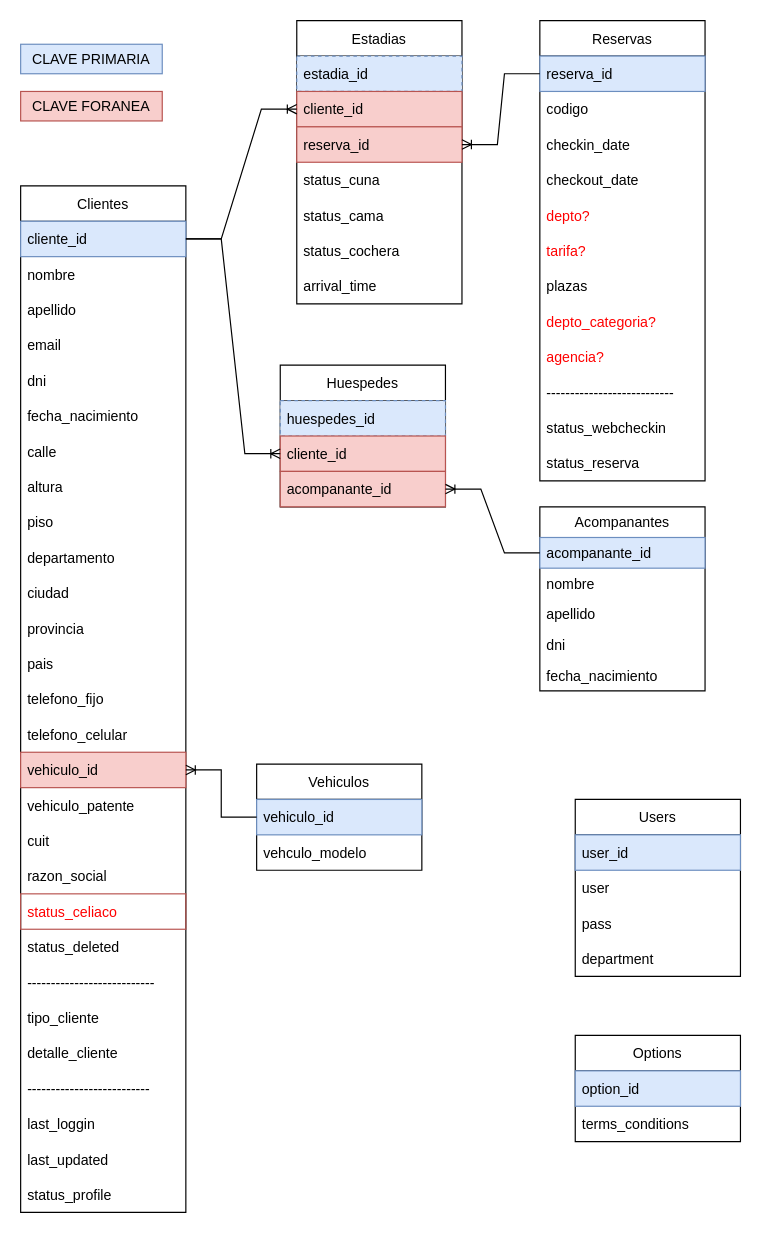
danielo101/db-diagrams keeps this draw.io diagram as page "DB" (1 of 5) of web-checkin/hotel-web-checkin.drawio. Above is the earlier version. Source tidied: cells renumbered, new cells numbered last; positions are measured from the earlier drawing's top-left corner, leaving out a move shared by most shapes. Both pictures are drawn from the tidied source at 118%, with x=0, y=0 at pixel (20, 20).
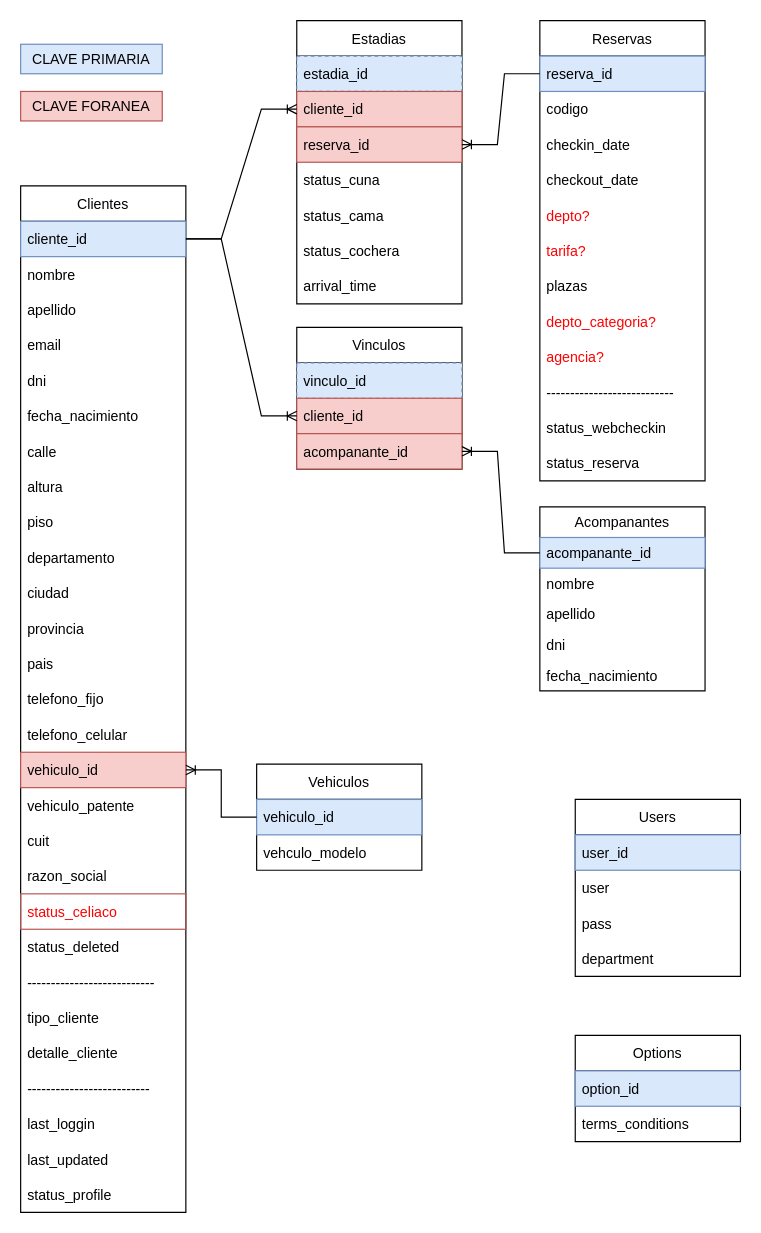
The same diagram, later.

The edit, as a diff of the source:
```diff
@@
-    <mxCell id="74" value="Huespedes" style="swimlane;fontStyle=0;horizontal=1;startSize=30;" parent="1" vertex="1">
-      <mxGeometry x="220" y="292" width="140" height="120" as="geometry" />
+    <mxCell id="74" value="Vinculos" style="swimlane;fontStyle=0;horizontal=1;startSize=30;" parent="1" vertex="1">
+      <mxGeometry x="234" y="260" width="140" height="120" as="geometry" />
     </mxCell>
-    <mxCell id="75" value="huespedes_id" style="text;strokeColor=#6c8ebf;fillColor=#dae8fc;align=left;verticalAlign=middle;spacingLeft=4;spacingRight=4;overflow=hidden;dashed=1;labelBorderColor=none;" parent="74" vertex="1">
+    <mxCell id="75" value="vinculo_id" style="text;strokeColor=#6c8ebf;fillColor=#dae8fc;align=left;verticalAlign=middle;spacingLeft=4;spacingRight=4;overflow=hidden;dashed=1;labelBorderColor=none;" parent="74" vertex="1">
       <mxGeometry y="30" width="140" height="30" as="geometry" />
     </mxCell>
```
